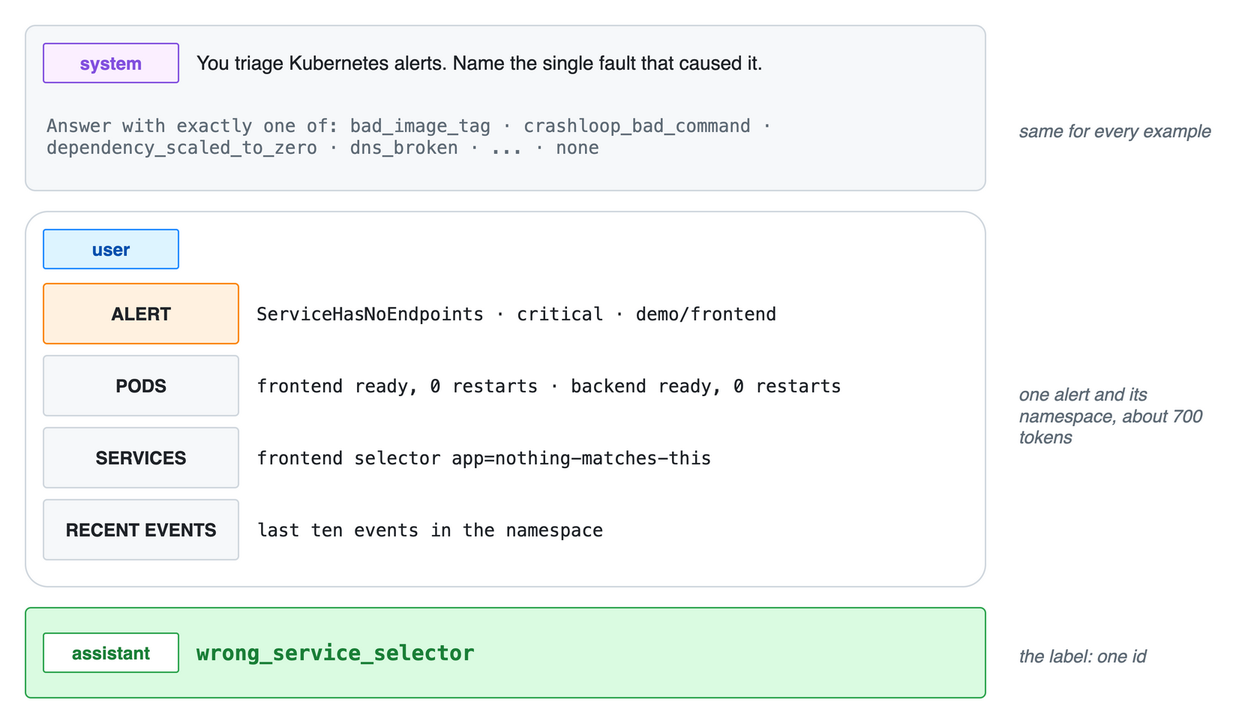
Before: diagrams/chat-example.drawio.png, a diagram exported from draw.io (jcanizalez/k8s-alert-triage). Source tidied: cells renumbered, new cells last; positions are measured from the earlier drawing's top-left corner, leaving out a move shared by most shapes. The source it was exported from:
```xml
<mxGraphModel background="#FFFFFF">
  <root>
    <mxCell id="0" />
    <mxCell id="1" parent="0" />
    <mxCell id="2" style="rounded=1;arcSize=6;whiteSpace=wrap;html=1;fillColor=#F6F8FA;strokeColor=#D0D7DE;fontColor=#1F2328;fontSize=14;fontStyle=0;align=center;verticalAlign=middle;spacingLeft=8;spacingRight=8;fontFamily=Helvetica;" parent="1" vertex="1">
      <mxGeometry width="640" height="110" as="geometry" />
    </mxCell>
    <mxCell id="3" value="system" style="rounded=1;arcSize=6;whiteSpace=wrap;html=1;fillColor=#FBEFFF;strokeColor=#8250DF;fontColor=#8250DF;fontSize=12;fontStyle=1;align=center;verticalAlign=middle;spacingLeft=8;spacingRight=8;fontFamily=Helvetica;" parent="1" vertex="1">
      <mxGeometry x="12" y="12" width="90" height="26" as="geometry" />
    </mxCell>
    <mxCell id="4" value="You triage Kubernetes alerts. Name the single fault that caused it." style="text;html=1;whiteSpace=wrap;fontColor=#1F2328;fontSize=13;fontStyle=0;align=left;verticalAlign=middle;fontFamily=Helvetica;" parent="1" vertex="1">
      <mxGeometry x="112" y="8" width="520" height="34" as="geometry" />
    </mxCell>
    <mxCell id="5" value="Answer with exactly one of: bad_image_tag · crashloop_bad_command · dependency_scaled_to_zero · dns_broken · ... · none" style="text;html=1;whiteSpace=wrap;fontColor=#5F6B76;fontSize=12;fontStyle=0;align=left;verticalAlign=middle;fontFamily=Menlo;" parent="1" vertex="1">
      <mxGeometry x="12" y="44" width="616" height="60" as="geometry" />
    </mxCell>
    <mxCell id="6" style="rounded=1;arcSize=6;whiteSpace=wrap;html=1;fillColor=#FFFFFF;strokeColor=#D0D7DE;fontColor=#1F2328;fontSize=14;fontStyle=0;align=center;verticalAlign=middle;spacingLeft=8;spacingRight=8;fontFamily=Helvetica;" parent="1" vertex="1">
      <mxGeometry y="124" width="640" height="250" as="geometry" />
    </mxCell>
    <mxCell id="7" value="user" style="rounded=1;arcSize=6;whiteSpace=wrap;html=1;fillColor=#DDF4FF;strokeColor=#218BFF;fontColor=#0550AE;fontSize=12;fontStyle=1;align=center;verticalAlign=middle;spacingLeft=8;spacingRight=8;fontFamily=Helvetica;" parent="1" vertex="1">
      <mxGeometry x="12" y="136" width="90" height="26" as="geometry" />
    </mxCell>
    <mxCell id="8" value="ALERT" style="rounded=1;arcSize=6;whiteSpace=wrap;html=1;fillColor=#FFF1E0;strokeColor=#FB8500;fontColor=#1F2328;fontSize=12;fontStyle=1;align=center;verticalAlign=middle;spacingLeft=8;spacingRight=8;fontFamily=Helvetica;" parent="1" vertex="1">
      <mxGeometry x="12" y="172" width="130" height="40" as="geometry" />
    </mxCell>
    <mxCell id="9" value="ServiceHasNoEndpoints · critical · demo/frontend" style="text;html=1;whiteSpace=wrap;fontColor=#1F2328;fontSize=12;fontStyle=0;align=left;verticalAlign=middle;fontFamily=Menlo;" parent="1" vertex="1">
      <mxGeometry x="152" y="172" width="480" height="40" as="geometry" />
    </mxCell>
    <mxCell id="10" value="PODS" style="rounded=1;arcSize=6;whiteSpace=wrap;html=1;fillColor=#F6F8FA;strokeColor=#D0D7DE;fontColor=#1F2328;fontSize=12;fontStyle=1;align=center;verticalAlign=middle;spacingLeft=8;spacingRight=8;fontFamily=Helvetica;" parent="1" vertex="1">
      <mxGeometry x="12" y="220" width="130" height="40" as="geometry" />
    </mxCell>
    <mxCell id="11" value="frontend ready, 0 restarts · backend ready, 0 restarts" style="text;html=1;whiteSpace=wrap;fontColor=#1F2328;fontSize=12;fontStyle=0;align=left;verticalAlign=middle;fontFamily=Menlo;" parent="1" vertex="1">
      <mxGeometry x="152" y="220" width="480" height="40" as="geometry" />
    </mxCell>
    <mxCell id="12" value="SERVICES" style="rounded=1;arcSize=6;whiteSpace=wrap;html=1;fillColor=#F6F8FA;strokeColor=#D0D7DE;fontColor=#1F2328;fontSize=12;fontStyle=1;align=center;verticalAlign=middle;spacingLeft=8;spacingRight=8;fontFamily=Helvetica;" parent="1" vertex="1">
      <mxGeometry x="12" y="268" width="130" height="40" as="geometry" />
    </mxCell>
    <mxCell id="13" value="frontend selector app=nothing-matches-this" style="text;html=1;whiteSpace=wrap;fontColor=#1F2328;fontSize=12;fontStyle=0;align=left;verticalAlign=middle;fontFamily=Menlo;" parent="1" vertex="1">
      <mxGeometry x="152" y="268" width="480" height="40" as="geometry" />
    </mxCell>
    <mxCell id="14" value="RECENT EVENTS" style="rounded=1;arcSize=6;whiteSpace=wrap;html=1;fillColor=#F6F8FA;strokeColor=#D0D7DE;fontColor=#1F2328;fontSize=12;fontStyle=1;align=center;verticalAlign=middle;spacingLeft=8;spacingRight=8;fontFamily=Helvetica;" parent="1" vertex="1">
      <mxGeometry x="12" y="316" width="130" height="40" as="geometry" />
    </mxCell>
    <mxCell id="15" value="last ten events in the namespace" style="text;html=1;whiteSpace=wrap;fontColor=#1F2328;fontSize=12;fontStyle=0;align=left;verticalAlign=middle;fontFamily=Menlo;" parent="1" vertex="1">
      <mxGeometry x="152" y="316" width="480" height="40" as="geometry" />
    </mxCell>
    <mxCell id="16" style="rounded=1;arcSize=6;whiteSpace=wrap;html=1;fillColor=#DAFBE1;strokeColor=#2DA44E;fontColor=#1F2328;fontSize=14;fontStyle=0;align=center;verticalAlign=middle;spacingLeft=8;spacingRight=8;fontFamily=Helvetica;" parent="1" vertex="1">
      <mxGeometry y="388" width="640" height="60" as="geometry" />
    </mxCell>
    <mxCell id="17" value="assistant" style="rounded=1;arcSize=6;whiteSpace=wrap;html=1;fillColor=#FFFFFF;strokeColor=#2DA44E;fontColor=#1A7F37;fontSize=12;fontStyle=1;align=center;verticalAlign=middle;spacingLeft=8;spacingRight=8;fontFamily=Helvetica;" parent="1" vertex="1">
      <mxGeometry x="12" y="405" width="90" height="26" as="geometry" />
    </mxCell>
    <mxCell id="18" value="wrong_service_selector" style="text;html=1;whiteSpace=wrap;fontColor=#1A7F37;fontSize=14;fontStyle=1;align=left;verticalAlign=middle;fontFamily=Menlo;" parent="1" vertex="1">
      <mxGeometry x="112" y="400" width="400" height="36" as="geometry" />
    </mxCell>
    <mxCell id="19" value="same for every example" style="text;html=1;whiteSpace=wrap;fontColor=#5F6B76;fontSize=12;fontStyle=2;align=left;verticalAlign=middle;fontFamily=Helvetica;" parent="1" vertex="1">
      <mxGeometry x="660" y="40" width="150" height="60" as="geometry" />
    </mxCell>
    <mxCell id="20" value="one alert and its namespace, about 700 tokens" style="text;html=1;whiteSpace=wrap;fontColor=#5F6B76;fontSize=12;fontStyle=2;align=left;verticalAlign=middle;fontFamily=Helvetica;" parent="1" vertex="1">
      <mxGeometry x="660" y="230" width="150" height="60" as="geometry" />
    </mxCell>
    <mxCell id="21" value="the label: one id" style="text;html=1;whiteSpace=wrap;fontColor=#5F6B76;fontSize=12;fontStyle=2;align=left;verticalAlign=middle;fontFamily=Helvetica;" parent="1" vertex="1">
      <mxGeometry x="660" y="400" width="150" height="40" as="geometry" />
    </mxCell>
  </root>
</mxGraphModel>
```
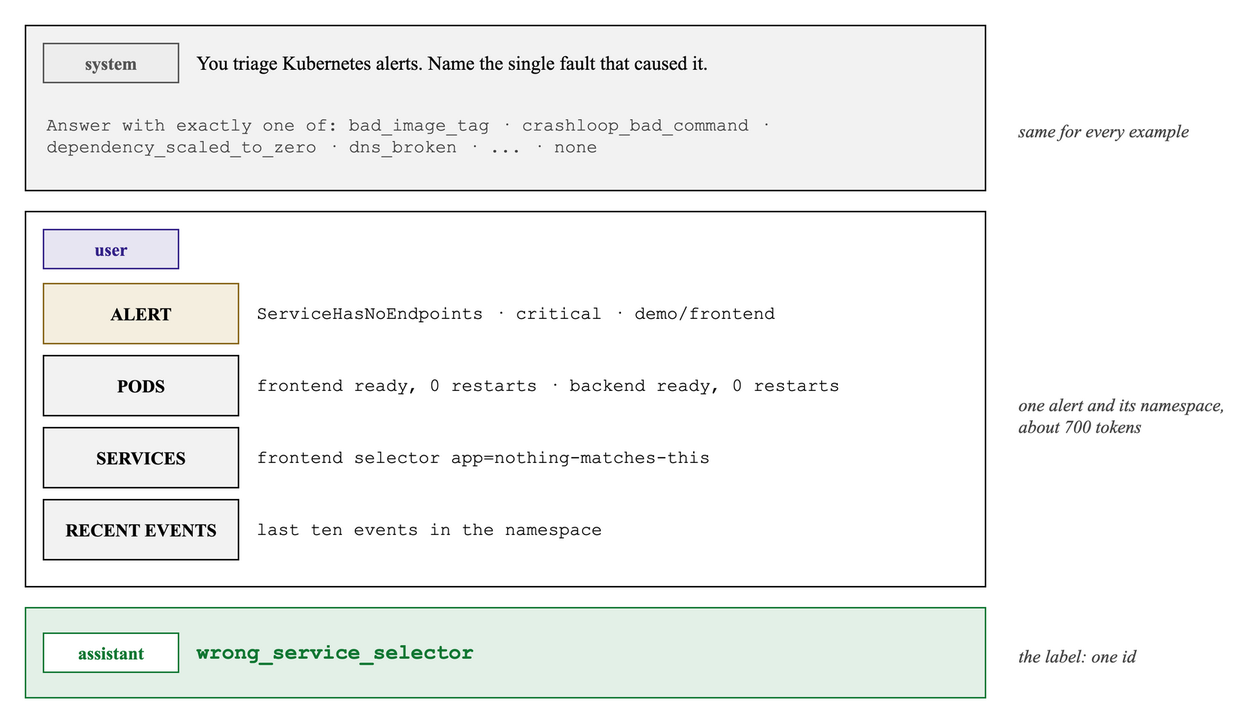
Later version of the same file.

The edit, as a diff of the source:
```diff
@@ -2,64 +2,64 @@
   <root>
     <mxCell id="0" />
     <mxCell id="1" parent="0" />
-    <mxCell id="2" style="rounded=1;arcSize=6;whiteSpace=wrap;html=1;fillColor=#F6F8FA;strokeColor=#D0D7DE;fontColor=#1F2328;fontSize=14;fontStyle=0;align=center;verticalAlign=middle;spacingLeft=8;spacingRight=8;fontFamily=Helvetica;" parent="1" vertex="1">
+    <mxCell id="2" style="rounded=0;arcSize=6;whiteSpace=wrap;html=1;fillColor=#F2F2F2;strokeColor=#000000;strokeWidth=1;fontColor=#000000;fontSize=14;fontStyle=0;align=center;verticalAlign=middle;spacingLeft=8;spacingRight=8;fontFamily=Times New Roman;" parent="1" vertex="1">
       <mxGeometry width="640" height="110" as="geometry" />
     </mxCell>
-    <mxCell id="3" value="system" style="rounded=1;arcSize=6;whiteSpace=wrap;html=1;fillColor=#FBEFFF;strokeColor=#8250DF;fontColor=#8250DF;fontSize=12;fontStyle=1;align=center;verticalAlign=middle;spacingLeft=8;spacingRight=8;fontFamily=Helvetica;" parent="1" vertex="1">
+    <mxCell id="3" value="system" style="rounded=0;arcSize=6;whiteSpace=wrap;html=1;fillColor=#EDEDED;strokeColor=#555555;strokeWidth=1;fontColor=#555555;fontSize=12;fontStyle=1;align=center;verticalAlign=middle;spacingLeft=8;spacingRight=8;fontFamily=Times New Roman;" parent="1" vertex="1">
       <mxGeometry x="12" y="12" width="90" height="26" as="geometry" />
     </mxCell>
-    <mxCell id="4" value="You triage Kubernetes alerts. Name the single fault that caused it." style="text;html=1;whiteSpace=wrap;fontColor=#1F2328;fontSize=13;fontStyle=0;align=left;verticalAlign=middle;fontFamily=Helvetica;" parent="1" vertex="1">
+    <mxCell id="4" value="You triage Kubernetes alerts. Name the single fault that caused it." style="text;html=1;whiteSpace=wrap;fontColor=#000000;fontSize=13;fontStyle=0;align=left;verticalAlign=middle;fontFamily=Times New Roman;" parent="1" vertex="1">
       <mxGeometry x="112" y="8" width="520" height="34" as="geometry" />
     </mxCell>
-    <mxCell id="5" value="Answer with exactly one of: bad_image_tag · crashloop_bad_command · dependency_scaled_to_zero · dns_broken · ... · none" style="text;html=1;whiteSpace=wrap;fontColor=#5F6B76;fontSize=12;fontStyle=0;align=left;verticalAlign=middle;fontFamily=Menlo;" parent="1" vertex="1">
+    <mxCell id="5" value="Answer with exactly one of: bad_image_tag · crashloop_bad_command · dependency_scaled_to_zero · dns_broken · ... · none" style="text;html=1;whiteSpace=wrap;fontColor=#444444;fontSize=12;fontStyle=0;align=left;verticalAlign=middle;fontFamily=Courier New;" parent="1" vertex="1">
       <mxGeometry x="12" y="44" width="616" height="60" as="geometry" />
     </mxCell>
-    <mxCell id="6" style="rounded=1;arcSize=6;whiteSpace=wrap;html=1;fillColor=#FFFFFF;strokeColor=#D0D7DE;fontColor=#1F2328;fontSize=14;fontStyle=0;align=center;verticalAlign=middle;spacingLeft=8;spacingRight=8;fontFamily=Helvetica;" parent="1" vertex="1">
+    <mxCell id="6" style="rounded=0;arcSize=6;whiteSpace=wrap;html=1;fillColor=#FFFFFF;strokeColor=#000000;strokeWidth=1;fontColor=#000000;fontSize=14;fontStyle=0;align=center;verticalAlign=middle;spacingLeft=8;spacingRight=8;fontFamily=Times New Roman;" parent="1" vertex="1">
       <mxGeometry y="124" width="640" height="250" as="geometry" />
     </mxCell>
-    <mxCell id="7" value="user" style="rounded=1;arcSize=6;whiteSpace=wrap;html=1;fillColor=#DDF4FF;strokeColor=#218BFF;fontColor=#0550AE;fontSize=12;fontStyle=1;align=center;verticalAlign=middle;spacingLeft=8;spacingRight=8;fontFamily=Helvetica;" parent="1" vertex="1">
+    <mxCell id="7" value="user" style="rounded=0;arcSize=6;whiteSpace=wrap;html=1;fillColor=#E7E5F2;strokeColor=#332288;strokeWidth=1;fontColor=#332288;fontSize=12;fontStyle=1;align=center;verticalAlign=middle;spacingLeft=8;spacingRight=8;fontFamily=Times New Roman;" parent="1" vertex="1">
       <mxGeometry x="12" y="136" width="90" height="26" as="geometry" />
     </mxCell>
-    <mxCell id="8" value="ALERT" style="rounded=1;arcSize=6;whiteSpace=wrap;html=1;fillColor=#FFF1E0;strokeColor=#FB8500;fontColor=#1F2328;fontSize=12;fontStyle=1;align=center;verticalAlign=middle;spacingLeft=8;spacingRight=8;fontFamily=Helvetica;" parent="1" vertex="1">
+    <mxCell id="8" value="ALERT" style="rounded=0;arcSize=6;whiteSpace=wrap;html=1;fillColor=#F4EEDF;strokeColor=#88661A;strokeWidth=1;fontColor=#000000;fontSize=12;fontStyle=1;align=center;verticalAlign=middle;spacingLeft=8;spacingRight=8;fontFamily=Times New Roman;" parent="1" vertex="1">
       <mxGeometry x="12" y="172" width="130" height="40" as="geometry" />
     </mxCell>
-    <mxCell id="9" value="ServiceHasNoEndpoints · critical · demo/frontend" style="text;html=1;whiteSpace=wrap;fontColor=#1F2328;fontSize=12;fontStyle=0;align=left;verticalAlign=middle;fontFamily=Menlo;" parent="1" vertex="1">
+    <mxCell id="9" value="ServiceHasNoEndpoints · critical · demo/frontend" style="text;html=1;whiteSpace=wrap;fontColor=#000000;fontSize=12;fontStyle=0;align=left;verticalAlign=middle;fontFamily=Courier New;" parent="1" vertex="1">
       <mxGeometry x="152" y="172" width="480" height="40" as="geometry" />
     </mxCell>
-    <mxCell id="10" value="PODS" style="rounded=1;arcSize=6;whiteSpace=wrap;html=1;fillColor=#F6F8FA;strokeColor=#D0D7DE;fontColor=#1F2328;fontSize=12;fontStyle=1;align=center;verticalAlign=middle;spacingLeft=8;spacingRight=8;fontFamily=Helvetica;" parent="1" vertex="1">
+    <mxCell id="10" value="PODS" style="rounded=0;arcSize=6;whiteSpace=wrap;html=1;fillColor=#F2F2F2;strokeColor=#000000;strokeWidth=1;fontColor=#000000;fontSize=12;fontStyle=1;align=center;verticalAlign=middle;spacingLeft=8;spacingRight=8;fontFamily=Times New Roman;" parent="1" vertex="1">
       <mxGeometry x="12" y="220" width="130" height="40" as="geometry" />
     </mxCell>
-    <mxCell id="11" value="frontend ready, 0 restarts · backend ready, 0 restarts" style="text;html=1;whiteSpace=wrap;fontColor=#1F2328;fontSize=12;fontStyle=0;align=left;verticalAlign=middle;fontFamily=Menlo;" parent="1" vertex="1">
+    <mxCell id="11" value="frontend ready, 0 restarts · backend ready, 0 restarts" style="text;html=1;whiteSpace=wrap;fontColor=#000000;fontSize=12;fontStyle=0;align=left;verticalAlign=middle;fontFamily=Courier New;" parent="1" vertex="1">
       <mxGeometry x="152" y="220" width="480" height="40" as="geometry" />
     </mxCell>
-    <mxCell id="12" value="SERVICES" style="rounded=1;arcSize=6;whiteSpace=wrap;html=1;fillColor=#F6F8FA;strokeColor=#D0D7DE;fontColor=#1F2328;fontSize=12;fontStyle=1;align=center;verticalAlign=middle;spacingLeft=8;spacingRight=8;fontFamily=Helvetica;" parent="1" vertex="1">
+    <mxCell id="12" value="SERVICES" style="rounded=0;arcSize=6;whiteSpace=wrap;html=1;fillColor=#F2F2F2;strokeColor=#000000;strokeWidth=1;fontColor=#000000;fontSize=12;fontStyle=1;align=center;verticalAlign=middle;spacingLeft=8;spacingRight=8;fontFamily=Times New Roman;" parent="1" vertex="1">
       <mxGeometry x="12" y="268" width="130" height="40" as="geometry" />
     </mxCell>
-    <mxCell id="13" value="frontend selector app=nothing-matches-this" style="text;html=1;whiteSpace=wrap;fontColor=#1F2328;fontSize=12;fontStyle=0;align=left;verticalAlign=middle;fontFamily=Menlo;" parent="1" vertex="1">
+    <mxCell id="13" value="frontend selector app=nothing-matches-this" style="text;html=1;whiteSpace=wrap;fontColor=#000000;fontSize=12;fontStyle=0;align=left;verticalAlign=middle;fontFamily=Courier New;" parent="1" vertex="1">
       <mxGeometry x="152" y="268" width="480" height="40" as="geometry" />
     </mxCell>
-    <mxCell id="14" value="RECENT EVENTS" style="rounded=1;arcSize=6;whiteSpace=wrap;html=1;fillColor=#F6F8FA;strokeColor=#D0D7DE;fontColor=#1F2328;fontSize=12;fontStyle=1;align=center;verticalAlign=middle;spacingLeft=8;spacingRight=8;fontFamily=Helvetica;" parent="1" vertex="1">
+    <mxCell id="14" value="RECENT EVENTS" style="rounded=0;arcSize=6;whiteSpace=wrap;html=1;fillColor=#F2F2F2;strokeColor=#000000;strokeWidth=1;fontColor=#000000;fontSize=12;fontStyle=1;align=center;verticalAlign=middle;spacingLeft=8;spacingRight=8;fontFamily=Times New Roman;" parent="1" vertex="1">
       <mxGeometry x="12" y="316" width="130" height="40" as="geometry" />
     </mxCell>
-    <mxCell id="15" value="last ten events in the namespace" style="text;html=1;whiteSpace=wrap;fontColor=#1F2328;fontSize=12;fontStyle=0;align=left;verticalAlign=middle;fontFamily=Menlo;" parent="1" vertex="1">
+    <mxCell id="15" value="last ten events in the namespace" style="text;html=1;whiteSpace=wrap;fontColor=#000000;fontSize=12;fontStyle=0;align=left;verticalAlign=middle;fontFamily=Courier New;" parent="1" vertex="1">
       <mxGeometry x="152" y="316" width="480" height="40" as="geometry" />
     </mxCell>
-    <mxCell id="16" style="rounded=1;arcSize=6;whiteSpace=wrap;html=1;fillColor=#DAFBE1;strokeColor=#2DA44E;fontColor=#1F2328;fontSize=14;fontStyle=0;align=center;verticalAlign=middle;spacingLeft=8;spacingRight=8;fontFamily=Helvetica;" parent="1" vertex="1">
+    <mxCell id="16" style="rounded=0;arcSize=6;whiteSpace=wrap;html=1;fillColor=#E3F0E7;strokeColor=#117733;strokeWidth=1;fontColor=#000000;fontSize=14;fontStyle=0;align=center;verticalAlign=middle;spacingLeft=8;spacingRight=8;fontFamily=Times New Roman;" parent="1" vertex="1">
       <mxGeometry y="388" width="640" height="60" as="geometry" />
     </mxCell>
-    <mxCell id="17" value="assistant" style="rounded=1;arcSize=6;whiteSpace=wrap;html=1;fillColor=#FFFFFF;strokeColor=#2DA44E;fontColor=#1A7F37;fontSize=12;fontStyle=1;align=center;verticalAlign=middle;spacingLeft=8;spacingRight=8;fontFamily=Helvetica;" parent="1" vertex="1">
+    <mxCell id="17" value="assistant" style="rounded=0;arcSize=6;whiteSpace=wrap;html=1;fillColor=#FFFFFF;strokeColor=#117733;strokeWidth=1;fontColor=#117733;fontSize=12;fontStyle=1;align=center;verticalAlign=middle;spacingLeft=8;spacingRight=8;fontFamily=Times New Roman;" parent="1" vertex="1">
       <mxGeometry x="12" y="405" width="90" height="26" as="geometry" />
     </mxCell>
-    <mxCell id="18" value="wrong_service_selector" style="text;html=1;whiteSpace=wrap;fontColor=#1A7F37;fontSize=14;fontStyle=1;align=left;verticalAlign=middle;fontFamily=Menlo;" parent="1" vertex="1">
+    <mxCell id="18" value="wrong_service_selector" style="text;html=1;whiteSpace=wrap;fontColor=#117733;fontSize=14;fontStyle=1;align=left;verticalAlign=middle;fontFamily=Courier New;" parent="1" vertex="1">
       <mxGeometry x="112" y="400" width="400" height="36" as="geometry" />
     </mxCell>
-    <mxCell id="19" value="same for every example" style="text;html=1;whiteSpace=wrap;fontColor=#5F6B76;fontSize=12;fontStyle=2;align=left;verticalAlign=middle;fontFamily=Helvetica;" parent="1" vertex="1">
+    <mxCell id="19" value="same for every example" style="text;html=1;whiteSpace=wrap;fontColor=#444444;fontSize=12;fontStyle=2;align=left;verticalAlign=middle;fontFamily=Times New Roman;" parent="1" vertex="1">
       <mxGeometry x="660" y="40" width="150" height="60" as="geometry" />
     </mxCell>
-    <mxCell id="20" value="one alert and its namespace, about 700 tokens" style="text;html=1;whiteSpace=wrap;fontColor=#5F6B76;fontSize=12;fontStyle=2;align=left;verticalAlign=middle;fontFamily=Helvetica;" parent="1" vertex="1">
+    <mxCell id="20" value="one alert and its namespace, about 700 tokens" style="text;html=1;whiteSpace=wrap;fontColor=#444444;fontSize=12;fontStyle=2;align=left;verticalAlign=middle;fontFamily=Times New Roman;" parent="1" vertex="1">
       <mxGeometry x="660" y="230" width="150" height="60" as="geometry" />
     </mxCell>
-    <mxCell id="21" value="the label: one id" style="text;html=1;whiteSpace=wrap;fontColor=#5F6B76;fontSize=12;fontStyle=2;align=left;verticalAlign=middle;fontFamily=Helvetica;" parent="1" vertex="1">
+    <mxCell id="21" value="the label: one id" style="text;html=1;whiteSpace=wrap;fontColor=#444444;fontSize=12;fontStyle=2;align=left;verticalAlign=middle;fontFamily=Times New Roman;" parent="1" vertex="1">
       <mxGeometry x="660" y="400" width="150" height="40" as="geometry" />
     </mxCell>
   </root>
```
